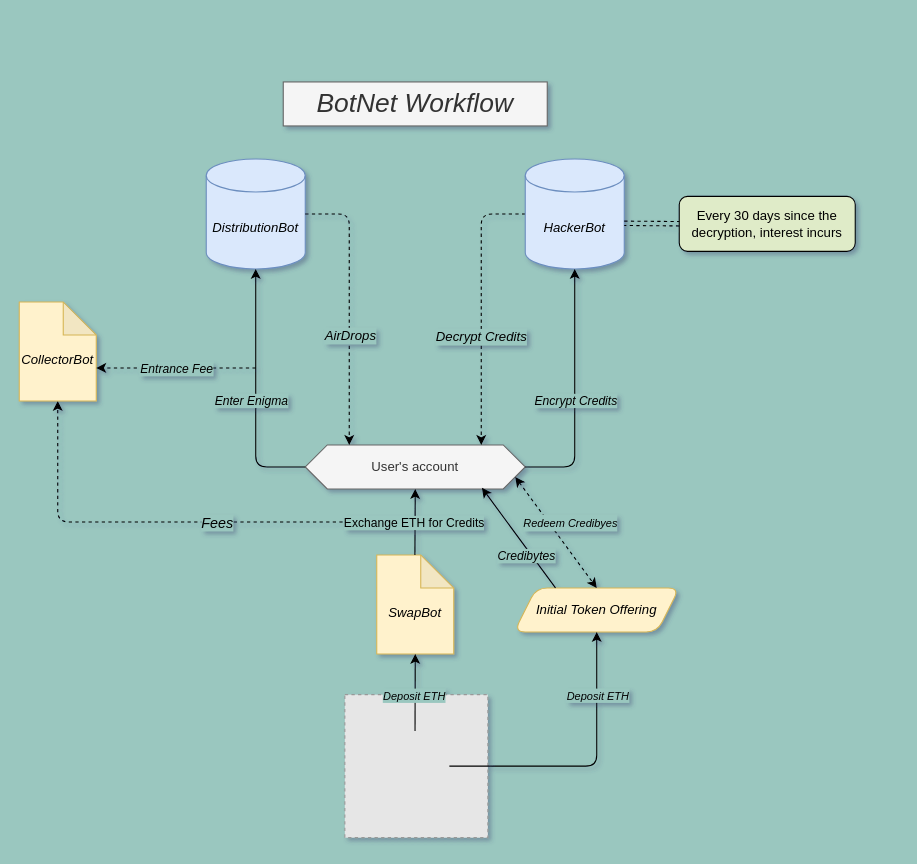
Earlier version of the draw.io diagram BotNet Workflow Diagram.drawio (lucusra/BotNet). Source tidied: cells renumbered, new cells numbered last; positions are measured from the earlier drawing's top-left corner, leaving out a move shared by most shapes. Both pictures are drawn from the tidied source at 110%, with x=0, y=0 at pixel (19, 81). Pictures stored in the file or linked from it are replaced by grey dashed boxes.
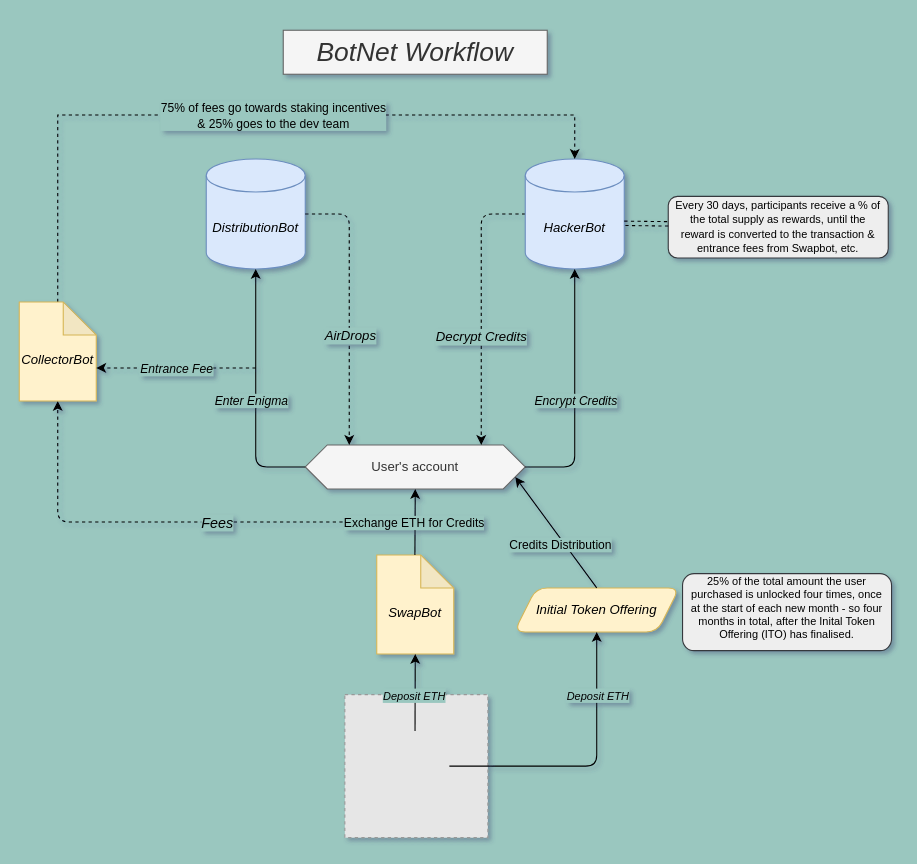
Above is the later version.

Unchanged cells that the change refers to:
```xml
<mxCell id="2" value="User's account" style="shape=hexagon;perimeter=hexagonPerimeter2;whiteSpace=wrap;html=1;fixedSize=1;fillColor=#f5f5f5;strokeColor=#666666;fontColor=#333333;" parent="1" vertex="1">
  <mxGeometry x="260" y="330" width="200" height="40" as="geometry" />
</mxCell>
<mxCell id="5" value="&lt;div&gt;&lt;i&gt;HackerBot&lt;/i&gt;&lt;br&gt;&lt;/div&gt;" style="shape=cylinder3;whiteSpace=wrap;html=1;boundedLbl=1;backgroundOutline=1;size=15;fillColor=#dae8fc;strokeColor=#6c8ebf;" parent="1" vertex="1">
  <mxGeometry x="460" y="70" width="90" height="100" as="geometry" />
</mxCell>
<mxCell id="16" value="&lt;div style=&quot;font-size: 12px&quot;&gt;&lt;font style=&quot;font-size: 12px&quot;&gt;&lt;i&gt;&lt;br&gt;&lt;/i&gt;&lt;/font&gt;&lt;/div&gt;&lt;div style=&quot;font-size: 12px&quot;&gt;&lt;font style=&quot;font-size: 12px&quot;&gt;&lt;i&gt;&lt;font style=&quot;font-size: 12px&quot;&gt;CollectorBot&lt;/font&gt;&lt;/i&gt;&lt;/font&gt;&lt;/div&gt;" style="shape=note;whiteSpace=wrap;html=1;backgroundOutline=1;darkOpacity=0.05;rounded=1;glass=0;strokeColor=#d6b656;fillColor=#fff2cc;fontSize=13;align=center;" parent="1" vertex="1">
  <mxGeometry y="200" width="70" height="90" as="geometry" />
</mxCell>
<mxCell id="24" value="&lt;i&gt;Initial Token Offering&lt;/i&gt;" style="shape=parallelogram;perimeter=parallelogramPerimeter;whiteSpace=wrap;html=1;fixedSize=1;rounded=1;glass=0;strokeColor=#d6b656;fillColor=#fff2cc;fontSize=12;" parent="1" vertex="1">
  <mxGeometry x="450" y="460" width="150" height="40" as="geometry" />
</mxCell>
```

What changed in the source:
```diff
@@
-    <mxCell id="10" value="&lt;font face=&quot;Helvetica&quot;&gt;Every 30 days since the decryption, interest incurs&lt;/font&gt;" style="rounded=1;whiteSpace=wrap;html=1;fillColor=#DFEBC8;gradientColor=none;" parent="1" vertex="1">
-      <mxGeometry x="600" y="104" width="160" height="50" as="geometry" />
+    <mxCell id="10" value="&lt;p style=&quot;line-height: 100%&quot;&gt;&lt;font style=&quot;font-size: 10px&quot;&gt;Every 30 days, participants receive a % of the total supply as rewards, until the reward is converted to the transaction &amp;amp; entrance fees from Swapbot, etc.&lt;br&gt;&lt;/font&gt;&lt;/p&gt;" style="rounded=1;whiteSpace=wrap;html=1;gradientColor=none;fillColor=#EEEEEE;shadow=0;verticalAlign=top;strokeColor=#36393d;glass=0;spacing=5;spacingTop=-20;sketch=0;" parent="1" vertex="1">
+      <mxGeometry x="590" y="104" width="200" height="56" as="geometry" />
     </mxCell>
     <mxCell id="11" style="shape=link;html=1;dashed=1;" parent="1" edge="1">
       <mxGeometry relative="1" as="geometry">
         <mxPoint x="550" y="128.5" as="sourcePoint" />
-        <mxPoint x="600" y="128.9" as="targetPoint" />
+        <mxPoint x="590" y="129" as="targetPoint" />
       </mxGeometry>
     </mxCell>
@@
+    <mxCell id="35" style="edgeStyle=orthogonalEdgeStyle;rounded=0;jettySize=auto;html=1;dashed=1;fontFamily=Lucida Console;entryX=0.5;entryY=0;entryDx=0;entryDy=0;entryPerimeter=0;" parent="1" edge="1" source="16" target="5">
+      <mxGeometry relative="1" as="geometry">
+        <Array as="points">
+          <mxPoint x="35" y="30" />
+          <mxPoint x="505" y="30" />
+        </Array>
+      </mxGeometry>
+    </mxCell>
+    <mxCell id="36" value="&lt;div&gt;&lt;span&gt;&lt;font face=&quot;Helvetica&quot;&gt;75% of fees go towards staking incentives&lt;/font&gt;&lt;/span&gt;&lt;/div&gt;&lt;div&gt;&lt;span&gt;&lt;font face=&quot;Helvetica&quot;&gt;&amp;amp; 25% goes to the dev team&lt;br&gt;&lt;/font&gt;&lt;/span&gt;&lt;/div&gt;" style="edgeLabel;html=1;align=center;verticalAlign=middle;fontFamily=Lucida Console;labelBackgroundColor=#9AC7BF;" parent="35" vertex="1">
+      <mxGeometry x="-0.28" relative="1" as="geometry">
+        <mxPoint x="120.2" as="offset" />
+      </mxGeometry>
+    </mxCell>
@@
+    <mxCell id="37" style="edgeStyle=orthogonalEdgeStyle;rounded=0;jettySize=auto;html=1;exitX=1;exitY=0.5;exitDx=0;exitDy=0;entryX=0;entryY=0.5;entryDx=0;entryDy=0;fontFamily=Lucida Console;shape=link;dashed=1;strokeColor=none;" parent="1" edge="1" source="24" target="38">
+      <mxGeometry relative="1" as="geometry" />
+    </mxCell>
@@
-    <mxCell id="27" style="endArrow=classic;html=1;fontSize=12;exitX=0.25;exitY=0;exitDx=0;exitDy=0;entryX=0.803;entryY=0.974;entryDx=0;entryDy=0;entryPerimeter=0;" parent="1" edge="1" source="24" target="2">
+    <mxCell id="27" style="endArrow=classic;html=1;fontSize=12;exitX=0.5;exitY=0;exitDx=0;exitDy=0;entryX=1;entryY=0.75;entryDx=0;entryDy=0;" parent="1" edge="1" source="24" target="2">
       <mxGeometry relative="1" as="geometry" />
     </mxCell>
-    <mxCell id="28" value="&lt;i&gt;Credibytes&lt;/i&gt;" style="edgeLabel;html=1;align=center;verticalAlign=middle;labelBackgroundColor=#9AC7BF;" parent="27" vertex="1">
+    <mxCell id="28" value="&lt;div&gt;Credits Distribution&lt;/div&gt;" style="edgeLabel;html=1;align=center;verticalAlign=middle;labelBackgroundColor=#9AC7BF;" parent="27" vertex="1">
       <mxGeometry relative="1" as="geometry">
-        <mxPoint x="6" y="15.6" as="offset" />
+        <mxPoint x="4" y="10.9" as="offset" />
       </mxGeometry>
     </mxCell>
-    <mxCell id="29" style="endArrow=classic;startArrow=classic;html=1;fontSize=12;entryX=0.5;entryY=0;entryDx=0;entryDy=0;exitX=1;exitY=0.75;exitDx=0;exitDy=0;dashed=1;" parent="1" edge="1" source="2" target="24">
-      <mxGeometry relative="1" as="geometry" />
-    </mxCell>
-    <mxCell id="30" value="&lt;font style=&quot;font-size: 10px&quot;&gt;&lt;i&gt;Redeem Credibyes&lt;br&gt;&lt;/i&gt;&lt;/font&gt;" style="edgeLabel;html=1;align=center;verticalAlign=middle;fontSize=12;labelBackgroundColor=#9AC7BF;" parent="29" vertex="1">
-      <mxGeometry x="-0.17" relative="1" as="geometry">
-        <mxPoint x="18.5" y="-0.8" as="offset" />
-      </mxGeometry>
-    </mxCell>
     <mxCell id="31" value="&lt;h1&gt;&lt;i&gt;&lt;span style=&quot;font-weight: normal&quot;&gt;BotNet Workflow&lt;/span&gt;&lt;/i&gt;&lt;/h1&gt;" style="text;html=1;align=center;verticalAlign=middle;whiteSpace=wrap;rounded=0;strokeColor=#666666;fillColor=#f5f5f5;fontColor=#333333;" parent="1" vertex="1">
-      <mxGeometry x="240" width="240" height="40" as="geometry" />
+      <mxGeometry x="240" y="-47" width="240" height="40" as="geometry" />
     </mxCell>
@@
+    <mxCell id="38" value="&lt;div style=&quot;font-size: 10px&quot; align=&quot;center&quot;&gt;&lt;font style=&quot;font-size: 10px&quot; face=&quot;Helvetica&quot;&gt;&lt;b&gt;&lt;i&gt;&lt;br&gt;&lt;/i&gt;&lt;/b&gt;&lt;/font&gt;&lt;/div&gt;&lt;div style=&quot;font-size: 10px&quot; align=&quot;center&quot;&gt;&lt;font style=&quot;font-size: 10px&quot; face=&quot;Helvetica&quot;&gt;&lt;font style=&quot;font-size: 10px&quot;&gt;25% of the total amount the user purchased is unlocked four times, once at the start of each new month - so four months in total, after the Inital Token Offering (ITO) has finalised. &lt;/font&gt;&lt;br&gt;&lt;/font&gt;&lt;/div&gt;" style="text;html=1;strokeColor=#36393d;spacing=5;spacingTop=-20;whiteSpace=wrap;overflow=hidden;rounded=1;align=center;glass=0;shadow=0;sketch=0;fillColor=#EEEEEE;" parent="1" vertex="1">
+      <mxGeometry x="603" y="447" width="190" height="70" as="geometry" />
+    </mxCell>
```
